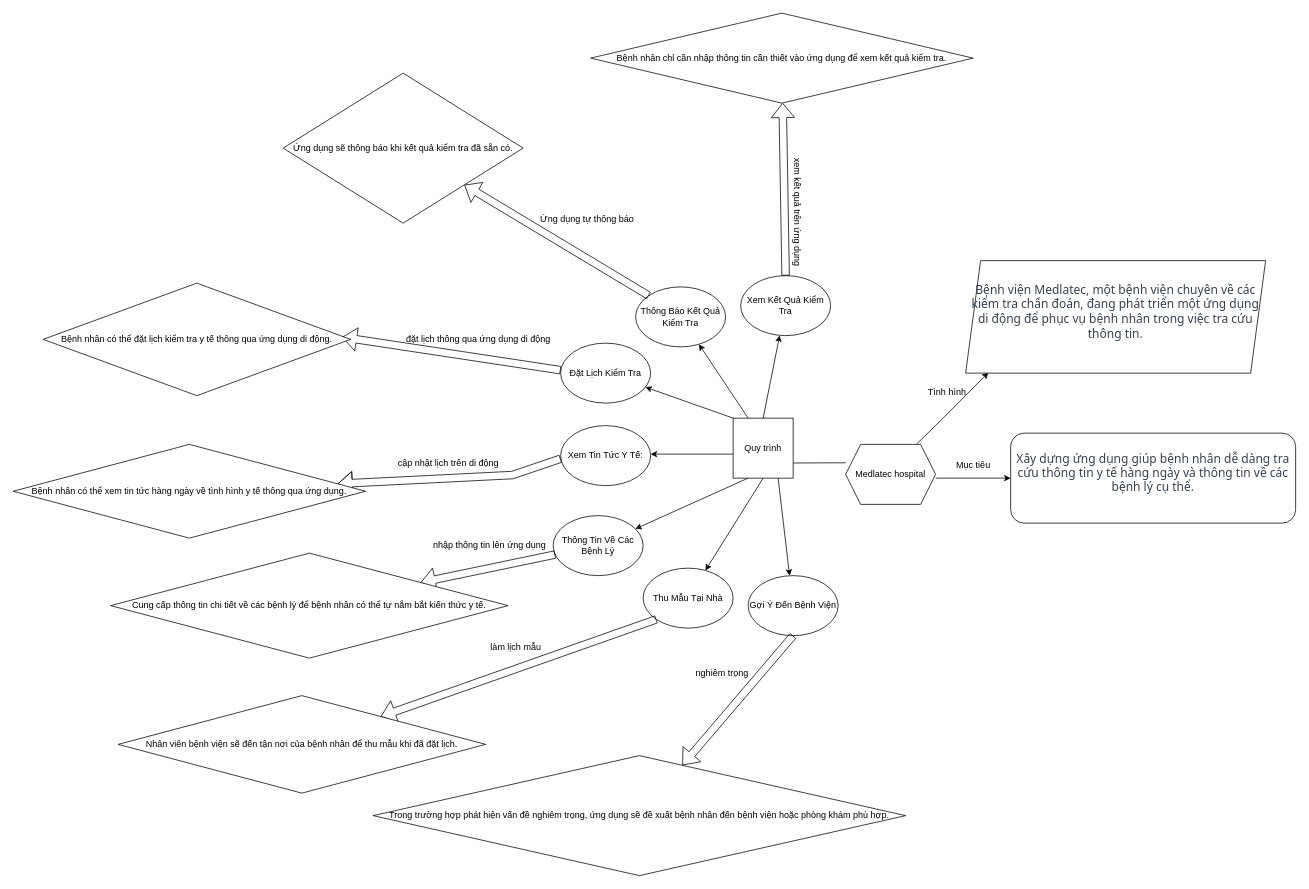
This is Medlatec hospital.drawio from quandne2004/chapter3, a draw.io file, before an edit. Source tidied: cells renumbered, new cells numbered last; positions are measured from the earlier drawing's top-left corner, leaving out a move shared by most shapes. Both pictures are drawn from the tidied source at 75%, with x=0, y=0 at pixel (13, 13).
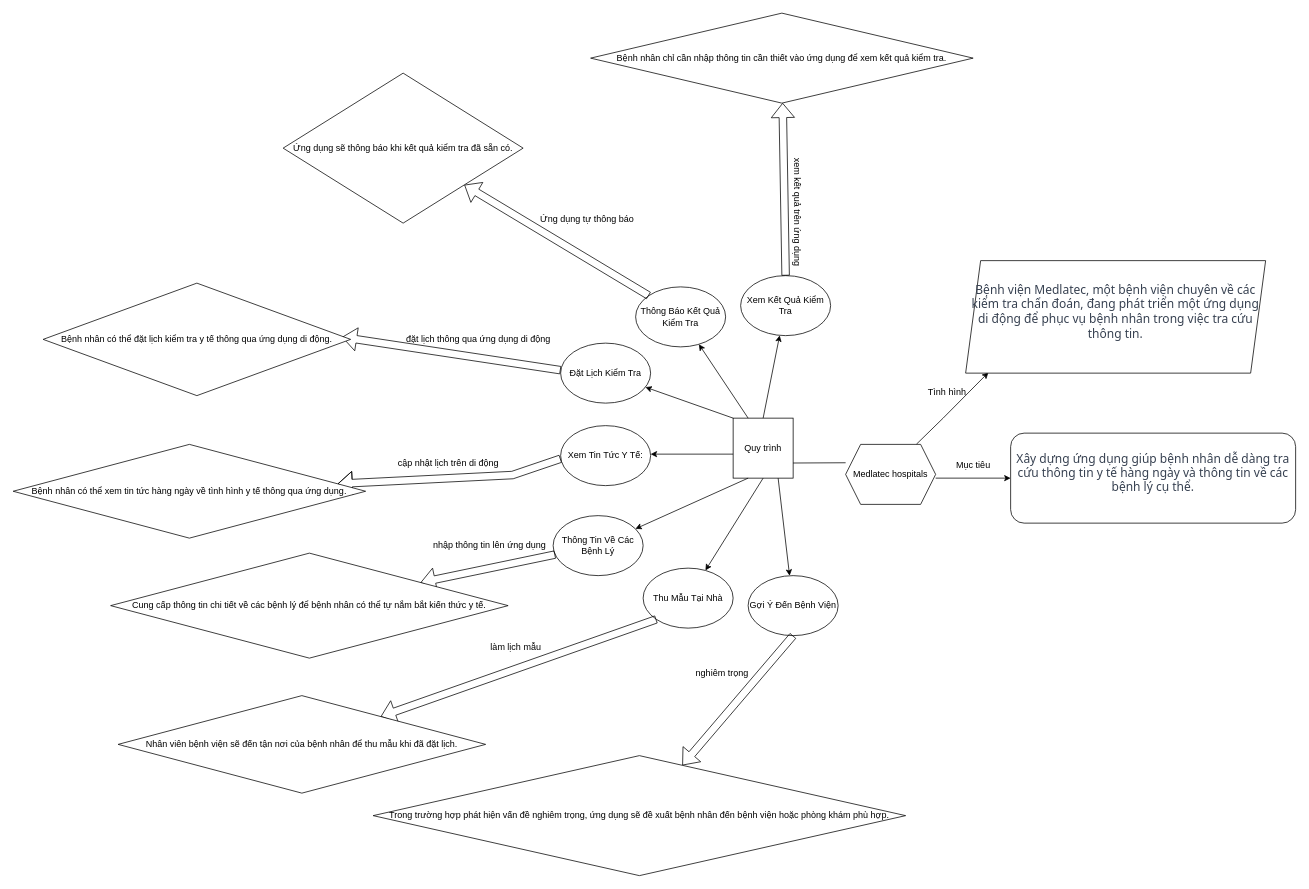
The same page after the edit.

Commit message:
Cập nhật Medlatec hospital.drawio

What changed in the source:
```diff
@@
-    <mxCell id="45" value="Medlatec hospital" style="shape=hexagon;perimeter=hexagonPerimeter2;whiteSpace=wrap;html=1;fixedSize=1;" parent="1" vertex="1">
+    <mxCell id="45" value="Medlatec hospitals" style="shape=hexagon;perimeter=hexagonPerimeter2;whiteSpace=wrap;html=1;fixedSize=1;" parent="1" vertex="1">
       <mxGeometry x="1110" y="575" width="120" height="80" as="geometry" />
     </mxCell>
```
